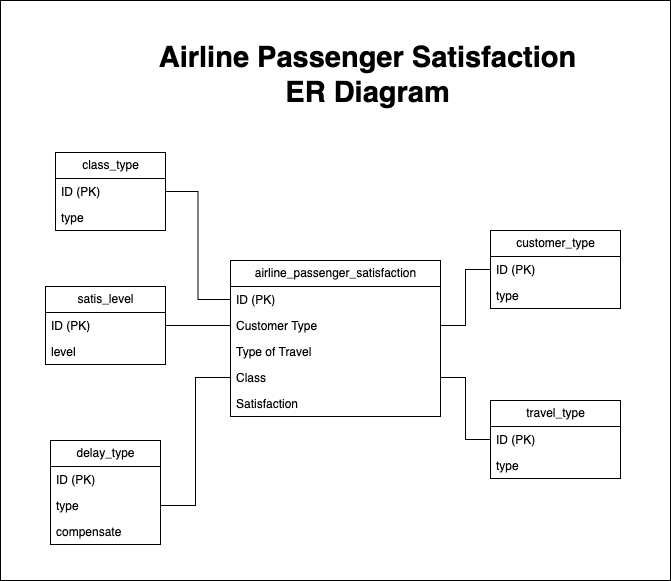
Above: img/data_extraction/ER_Diagram.png in montholch/final (draw.io), before the change. Source tidied: cells renumbered, new cells last; positions are measured from the earlier drawing's top-left corner, leaving out a move shared by most shapes. Source of this version:
```xml
<mxGraphModel>
  <root>
    <mxCell id="0" />
    <mxCell id="1" parent="0" />
    <mxCell id="2" style="rounded=0;whiteSpace=wrap;html=1;" parent="1" vertex="1">
      <mxGeometry width="670" height="580" as="geometry" />
    </mxCell>
    <mxCell id="3" value="airline_passenger_satisfaction" style="swimlane;fontStyle=0;horizontal=1;startSize=26;fillColor=none;html=1;" parent="1" vertex="1">
      <mxGeometry x="230" y="260" width="210" height="156" as="geometry" />
    </mxCell>
    <mxCell id="4" value="ID (PK)" style="text;strokeColor=none;fillColor=none;align=left;verticalAlign=top;spacingLeft=4;spacingRight=4;overflow=hidden;points=[[0,0.5],[1,0.5]];portConstraint=eastwest;whiteSpace=wrap;html=1;" parent="3" vertex="1">
      <mxGeometry y="26" width="210" height="26" as="geometry" />
    </mxCell>
    <mxCell id="5" value="Customer Type" style="text;strokeColor=none;fillColor=none;align=left;verticalAlign=top;spacingLeft=4;spacingRight=4;overflow=hidden;points=[[0,0.5],[1,0.5]];portConstraint=eastwest;whiteSpace=wrap;html=1;" parent="3" vertex="1">
      <mxGeometry y="52" width="210" height="26" as="geometry" />
    </mxCell>
    <mxCell id="6" value="Type of Travel" style="text;strokeColor=none;fillColor=none;align=left;verticalAlign=top;spacingLeft=4;spacingRight=4;overflow=hidden;whiteSpace=wrap;html=1;" parent="3" vertex="1">
      <mxGeometry y="78" width="210" height="26" as="geometry" />
    </mxCell>
    <mxCell id="7" value="Class" style="text;strokeColor=none;fillColor=none;align=left;verticalAlign=top;spacingLeft=4;spacingRight=4;overflow=hidden;points=[[0,0.5],[1,0.5]];portConstraint=eastwest;whiteSpace=wrap;html=1;" parent="3" vertex="1">
      <mxGeometry y="104" width="210" height="26" as="geometry" />
    </mxCell>
    <mxCell id="8" value="Satisfaction" style="text;strokeColor=none;fillColor=none;align=left;verticalAlign=top;spacingLeft=4;spacingRight=4;overflow=hidden;whiteSpace=wrap;html=1;" parent="3" vertex="1">
      <mxGeometry y="130" width="210" height="26" as="geometry" />
    </mxCell>
    <mxCell id="9" value="customer_type" style="swimlane;fontStyle=0;horizontal=1;startSize=26;fillColor=none;html=1;" parent="1" vertex="1">
      <mxGeometry x="490" y="230" width="130" height="78" as="geometry" />
    </mxCell>
    <mxCell id="10" value="ID (PK)" style="text;strokeColor=none;fillColor=none;align=left;verticalAlign=top;spacingLeft=4;spacingRight=4;overflow=hidden;points=[[0,0.5],[1,0.5]];portConstraint=eastwest;whiteSpace=wrap;html=1;" parent="9" vertex="1">
      <mxGeometry y="26" width="130" height="26" as="geometry" />
    </mxCell>
    <mxCell id="11" value="type" style="text;strokeColor=none;fillColor=none;align=left;verticalAlign=top;spacingLeft=4;spacingRight=4;overflow=hidden;whiteSpace=wrap;html=1;" parent="9" vertex="1">
      <mxGeometry y="52" width="130" height="26" as="geometry" />
    </mxCell>
    <mxCell id="12" value="travel_type" style="swimlane;fontStyle=0;horizontal=1;startSize=26;fillColor=none;html=1;" parent="1" vertex="1">
      <mxGeometry x="490" y="400" width="130" height="78" as="geometry" />
    </mxCell>
    <mxCell id="13" value="ID (PK)" style="text;strokeColor=none;fillColor=none;align=left;verticalAlign=top;spacingLeft=4;spacingRight=4;overflow=hidden;points=[[0,0.5],[1,0.5]];portConstraint=eastwest;whiteSpace=wrap;html=1;" parent="12" vertex="1">
      <mxGeometry y="26" width="130" height="26" as="geometry" />
    </mxCell>
    <mxCell id="14" value="type" style="text;strokeColor=none;fillColor=none;align=left;verticalAlign=top;spacingLeft=4;spacingRight=4;overflow=hidden;points=[[0,0.5],[1,0.5]];portConstraint=eastwest;whiteSpace=wrap;html=1;" parent="12" vertex="1">
      <mxGeometry y="52" width="130" height="26" as="geometry" />
    </mxCell>
    <mxCell id="15" value="class_type" style="swimlane;fontStyle=0;horizontal=1;startSize=26;fillColor=none;html=1;" parent="1" vertex="1">
      <mxGeometry x="55" y="152" width="110" height="78" as="geometry" />
    </mxCell>
    <mxCell id="16" value="ID (PK)" style="text;strokeColor=none;fillColor=none;align=left;verticalAlign=top;spacingLeft=4;spacingRight=4;overflow=hidden;points=[[0,0.5],[1,0.5]];portConstraint=eastwest;whiteSpace=wrap;html=1;" parent="15" vertex="1">
      <mxGeometry y="26" width="110" height="26" as="geometry" />
    </mxCell>
    <mxCell id="17" value="type" style="text;strokeColor=none;fillColor=none;align=left;verticalAlign=top;spacingLeft=4;spacingRight=4;overflow=hidden;whiteSpace=wrap;html=1;" parent="15" vertex="1">
      <mxGeometry y="52" width="110" height="26" as="geometry" />
    </mxCell>
    <mxCell id="18" value="satis_level" style="swimlane;fontStyle=0;horizontal=1;startSize=26;fillColor=none;html=1;" parent="1" vertex="1">
      <mxGeometry x="45" y="286" width="120" height="78" as="geometry" />
    </mxCell>
    <mxCell id="19" value="ID (PK)" style="text;strokeColor=none;fillColor=none;align=left;verticalAlign=top;spacingLeft=4;spacingRight=4;overflow=hidden;points=[[0,0.5],[1,0.5]];portConstraint=eastwest;whiteSpace=wrap;html=1;" parent="18" vertex="1">
      <mxGeometry y="26" width="120" height="26" as="geometry" />
    </mxCell>
    <mxCell id="20" value="level" style="text;strokeColor=none;fillColor=none;align=left;verticalAlign=top;spacingLeft=4;spacingRight=4;overflow=hidden;whiteSpace=wrap;html=1;" parent="18" vertex="1">
      <mxGeometry y="52" width="120" height="26" as="geometry" />
    </mxCell>
    <mxCell id="21" value="delay_type" style="swimlane;fontStyle=0;horizontal=1;startSize=26;fillColor=none;html=1;" parent="1" vertex="1">
      <mxGeometry x="50" y="440" width="110" height="104" as="geometry" />
    </mxCell>
    <mxCell id="22" value="ID (PK)" style="text;strokeColor=none;fillColor=none;align=left;verticalAlign=top;spacingLeft=4;spacingRight=4;overflow=hidden;points=[[0,0.5],[1,0.5]];portConstraint=eastwest;whiteSpace=wrap;html=1;" parent="21" vertex="1">
      <mxGeometry y="26" width="110" height="26" as="geometry" />
    </mxCell>
    <mxCell id="23" value="type" style="text;strokeColor=none;fillColor=none;align=left;verticalAlign=top;spacingLeft=4;spacingRight=4;overflow=hidden;points=[[0,0.5],[1,0.5]];portConstraint=eastwest;whiteSpace=wrap;html=1;" parent="21" vertex="1">
      <mxGeometry y="52" width="110" height="26" as="geometry" />
    </mxCell>
    <mxCell id="24" value="compensate" style="text;strokeColor=none;fillColor=none;align=left;verticalAlign=top;spacingLeft=4;spacingRight=4;overflow=hidden;whiteSpace=wrap;html=1;" parent="21" vertex="1">
      <mxGeometry y="78" width="110" height="26" as="geometry" />
    </mxCell>
    <mxCell id="25" style="edgeStyle=orthogonalEdgeStyle;rounded=0;jettySize=auto;html=1;exitX=1;exitY=0.5;exitDx=0;exitDy=0;entryX=0;entryY=0.5;entryDx=0;entryDy=0;endArrow=none;endFill=0;" parent="1" edge="1" source="5" target="10">
      <mxGeometry relative="1" as="geometry" />
    </mxCell>
    <mxCell id="26" style="edgeStyle=orthogonalEdgeStyle;rounded=0;jettySize=auto;html=1;exitX=1;exitY=0.5;exitDx=0;exitDy=0;entryX=0;entryY=0.5;entryDx=0;entryDy=0;endArrow=none;endFill=0;" parent="1" edge="1" source="7" target="13">
      <mxGeometry relative="1" as="geometry" />
    </mxCell>
    <mxCell id="27" style="edgeStyle=orthogonalEdgeStyle;rounded=0;jettySize=auto;html=1;exitX=1;exitY=0.5;exitDx=0;exitDy=0;entryX=0;entryY=0.5;entryDx=0;entryDy=0;endArrow=none;endFill=0;" parent="1" edge="1" source="23" target="7">
      <mxGeometry relative="1" as="geometry" />
    </mxCell>
    <mxCell id="28" style="edgeStyle=orthogonalEdgeStyle;rounded=0;jettySize=auto;html=1;exitX=1;exitY=0.5;exitDx=0;exitDy=0;entryX=0;entryY=0.5;entryDx=0;entryDy=0;endArrow=none;endFill=0;" parent="1" edge="1" source="19" target="5">
      <mxGeometry relative="1" as="geometry" />
    </mxCell>
    <mxCell id="29" style="edgeStyle=orthogonalEdgeStyle;rounded=0;jettySize=auto;html=1;exitX=1;exitY=0.5;exitDx=0;exitDy=0;entryX=0;entryY=0.5;entryDx=0;entryDy=0;endArrow=none;endFill=0;" parent="1" edge="1" source="16" target="4">
      <mxGeometry relative="1" as="geometry" />
    </mxCell>
    <mxCell id="30" value="&lt;b&gt;&lt;font style=&quot;font-size: 29px;&quot;&gt;Airline Passenger Satisfaction&lt;br&gt;ER Diagram&lt;br&gt;&lt;/font&gt;&lt;/b&gt;" style="text;html=1;strokeColor=none;fillColor=none;align=center;verticalAlign=middle;whiteSpace=wrap;rounded=0;" parent="1" vertex="1">
      <mxGeometry x="70" y="50" width="595" height="50" as="geometry" />
    </mxCell>
  </root>
</mxGraphModel>
```
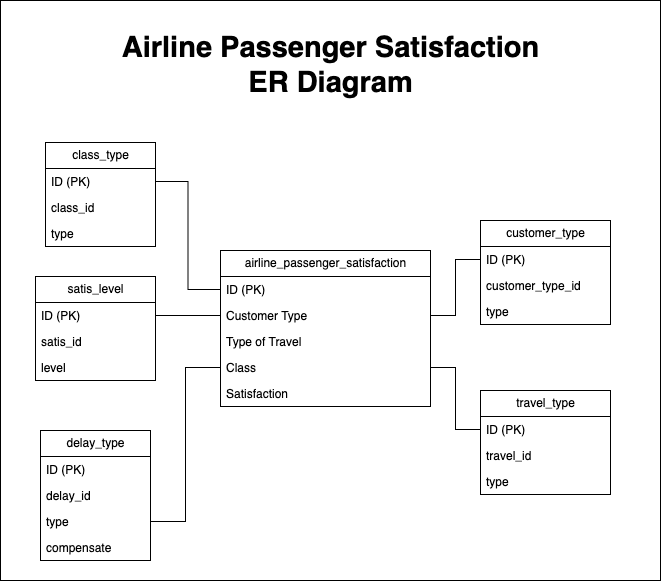
Above is the later version.

The edit, as a diff of the source:
```diff
@@ -3,7 +3,7 @@
     <mxCell id="0" />
     <mxCell id="1" parent="0" />
     <mxCell id="2" style="rounded=0;whiteSpace=wrap;html=1;" parent="1" vertex="1">
-      <mxGeometry width="670" height="580" as="geometry" />
+      <mxGeometry x="10" y="10" width="660" height="580" as="geometry" />
     </mxCell>
     <mxCell id="3" value="airline_passenger_satisfaction" style="swimlane;fontStyle=0;horizontal=1;startSize=26;fillColor=none;html=1;" parent="1" vertex="1">
       <mxGeometry x="230" y="260" width="210" height="156" as="geometry" />
@@ -24,70 +24,85 @@
       <mxGeometry y="130" width="210" height="26" as="geometry" />
     </mxCell>
     <mxCell id="9" value="customer_type" style="swimlane;fontStyle=0;horizontal=1;startSize=26;fillColor=none;html=1;" parent="1" vertex="1">
-      <mxGeometry x="490" y="230" width="130" height="78" as="geometry" />
+      <mxGeometry x="490" y="230" width="130" height="104" as="geometry" />
     </mxCell>
     <mxCell id="10" value="ID (PK)" style="text;strokeColor=none;fillColor=none;align=left;verticalAlign=top;spacingLeft=4;spacingRight=4;overflow=hidden;points=[[0,0.5],[1,0.5]];portConstraint=eastwest;whiteSpace=wrap;html=1;" parent="9" vertex="1">
       <mxGeometry y="26" width="130" height="26" as="geometry" />
     </mxCell>
-    <mxCell id="11" value="type" style="text;strokeColor=none;fillColor=none;align=left;verticalAlign=top;spacingLeft=4;spacingRight=4;overflow=hidden;whiteSpace=wrap;html=1;" parent="9" vertex="1">
+    <mxCell id="11" value="customer_type_id" style="text;strokeColor=none;fillColor=none;align=left;verticalAlign=top;spacingLeft=4;spacingRight=4;overflow=hidden;whiteSpace=wrap;html=1;" parent="9" vertex="1">
       <mxGeometry y="52" width="130" height="26" as="geometry" />
     </mxCell>
-    <mxCell id="12" value="travel_type" style="swimlane;fontStyle=0;horizontal=1;startSize=26;fillColor=none;html=1;" parent="1" vertex="1">
-      <mxGeometry x="490" y="400" width="130" height="78" as="geometry" />
+    <mxCell id="12" value="type" style="text;strokeColor=none;fillColor=none;align=left;verticalAlign=top;spacingLeft=4;spacingRight=4;overflow=hidden;whiteSpace=wrap;html=1;" parent="9" vertex="1">
+      <mxGeometry y="78" width="130" height="26" as="geometry" />
     </mxCell>
-    <mxCell id="13" value="ID (PK)" style="text;strokeColor=none;fillColor=none;align=left;verticalAlign=top;spacingLeft=4;spacingRight=4;overflow=hidden;points=[[0,0.5],[1,0.5]];portConstraint=eastwest;whiteSpace=wrap;html=1;" parent="12" vertex="1">
-      <mxGeometry y="26" width="130" height="26" as="geometry" />
+    <mxCell id="13" value="travel_type" style="swimlane;fontStyle=0;horizontal=1;startSize=26;fillColor=none;html=1;" parent="1" vertex="1">
+      <mxGeometry x="490" y="400" width="130" height="104" as="geometry" />
     </mxCell>
-    <mxCell id="14" value="type" style="text;strokeColor=none;fillColor=none;align=left;verticalAlign=top;spacingLeft=4;spacingRight=4;overflow=hidden;points=[[0,0.5],[1,0.5]];portConstraint=eastwest;whiteSpace=wrap;html=1;" parent="12" vertex="1">
-      <mxGeometry y="52" width="130" height="26" as="geometry" />
+    <mxCell id="14" value="ID (PK)" style="text;strokeColor=none;fillColor=none;align=left;verticalAlign=top;spacingLeft=4;spacingRight=4;overflow=hidden;points=[[0,0.5],[1,0.5]];portConstraint=eastwest;whiteSpace=wrap;html=1;" parent="13" vertex="1">
+      <mxGeometry y="26" width="130" height="26" as="geometry" />
     </mxCell>
-    <mxCell id="15" value="class_type" style="swimlane;fontStyle=0;horizontal=1;startSize=26;fillColor=none;html=1;" parent="1" vertex="1">
-      <mxGeometry x="55" y="152" width="110" height="78" as="geometry" />
+    <mxCell id="15" value="travel_id" style="text;strokeColor=none;fillColor=none;align=left;verticalAlign=top;spacingLeft=4;spacingRight=4;overflow=hidden;whiteSpace=wrap;html=1;" parent="13" vertex="1">
+      <mxGeometry y="52" width="130" height="26" as="geometry" />
     </mxCell>
-    <mxCell id="16" value="ID (PK)" style="text;strokeColor=none;fillColor=none;align=left;verticalAlign=top;spacingLeft=4;spacingRight=4;overflow=hidden;points=[[0,0.5],[1,0.5]];portConstraint=eastwest;whiteSpace=wrap;html=1;" parent="15" vertex="1">
-      <mxGeometry y="26" width="110" height="26" as="geometry" />
+    <mxCell id="16" value="type" style="text;strokeColor=none;fillColor=none;align=left;verticalAlign=top;spacingLeft=4;spacingRight=4;overflow=hidden;points=[[0,0.5],[1,0.5]];portConstraint=eastwest;whiteSpace=wrap;html=1;" parent="13" vertex="1">
+      <mxGeometry y="78" width="130" height="26" as="geometry" />
     </mxCell>
-    <mxCell id="17" value="type" style="text;strokeColor=none;fillColor=none;align=left;verticalAlign=top;spacingLeft=4;spacingRight=4;overflow=hidden;whiteSpace=wrap;html=1;" parent="15" vertex="1">
-      <mxGeometry y="52" width="110" height="26" as="geometry" />
+    <mxCell id="17" value="class_type" style="swimlane;fontStyle=0;horizontal=1;startSize=26;fillColor=none;html=1;" parent="1" vertex="1">
+      <mxGeometry x="55" y="152" width="110" height="104" as="geometry" />
     </mxCell>
-    <mxCell id="18" value="satis_level" style="swimlane;fontStyle=0;horizontal=1;startSize=26;fillColor=none;html=1;" parent="1" vertex="1">
-      <mxGeometry x="45" y="286" width="120" height="78" as="geometry" />
+    <mxCell id="18" value="ID (PK)" style="text;strokeColor=none;fillColor=none;align=left;verticalAlign=top;spacingLeft=4;spacingRight=4;overflow=hidden;points=[[0,0.5],[1,0.5]];portConstraint=eastwest;whiteSpace=wrap;html=1;" parent="17" vertex="1">
+      <mxGeometry y="26" width="110" height="26" as="geometry" />
     </mxCell>
-    <mxCell id="19" value="ID (PK)" style="text;strokeColor=none;fillColor=none;align=left;verticalAlign=top;spacingLeft=4;spacingRight=4;overflow=hidden;points=[[0,0.5],[1,0.5]];portConstraint=eastwest;whiteSpace=wrap;html=1;" parent="18" vertex="1">
-      <mxGeometry y="26" width="120" height="26" as="geometry" />
+    <mxCell id="19" value="class_id" style="text;strokeColor=none;fillColor=none;align=left;verticalAlign=top;spacingLeft=4;spacingRight=4;overflow=hidden;points=[[0,0.5],[1,0.5]];portConstraint=eastwest;whiteSpace=wrap;html=1;" parent="17" vertex="1">
+      <mxGeometry y="52" width="110" height="26" as="geometry" />
     </mxCell>
-    <mxCell id="20" value="level" style="text;strokeColor=none;fillColor=none;align=left;verticalAlign=top;spacingLeft=4;spacingRight=4;overflow=hidden;whiteSpace=wrap;html=1;" parent="18" vertex="1">
-      <mxGeometry y="52" width="120" height="26" as="geometry" />
+    <mxCell id="20" value="type" style="text;strokeColor=none;fillColor=none;align=left;verticalAlign=top;spacingLeft=4;spacingRight=4;overflow=hidden;whiteSpace=wrap;html=1;" parent="17" vertex="1">
+      <mxGeometry y="78" width="110" height="26" as="geometry" />
     </mxCell>
-    <mxCell id="21" value="delay_type" style="swimlane;fontStyle=0;horizontal=1;startSize=26;fillColor=none;html=1;" parent="1" vertex="1">
-      <mxGeometry x="50" y="440" width="110" height="104" as="geometry" />
+    <mxCell id="21" value="satis_level" style="swimlane;fontStyle=0;horizontal=1;startSize=26;fillColor=none;html=1;" parent="1" vertex="1">
+      <mxGeometry x="45" y="286" width="120" height="104" as="geometry" />
     </mxCell>
     <mxCell id="22" value="ID (PK)" style="text;strokeColor=none;fillColor=none;align=left;verticalAlign=top;spacingLeft=4;spacingRight=4;overflow=hidden;points=[[0,0.5],[1,0.5]];portConstraint=eastwest;whiteSpace=wrap;html=1;" parent="21" vertex="1">
-      <mxGeometry y="26" width="110" height="26" as="geometry" />
+      <mxGeometry y="26" width="120" height="26" as="geometry" />
     </mxCell>
-    <mxCell id="23" value="type" style="text;strokeColor=none;fillColor=none;align=left;verticalAlign=top;spacingLeft=4;spacingRight=4;overflow=hidden;points=[[0,0.5],[1,0.5]];portConstraint=eastwest;whiteSpace=wrap;html=1;" parent="21" vertex="1">
-      <mxGeometry y="52" width="110" height="26" as="geometry" />
+    <mxCell id="23" value="satis_id" style="text;strokeColor=none;fillColor=none;align=left;verticalAlign=top;spacingLeft=4;spacingRight=4;overflow=hidden;points=[[0,0.5],[1,0.5]];portConstraint=eastwest;whiteSpace=wrap;html=1;" parent="21" vertex="1">
+      <mxGeometry y="52" width="120" height="26" as="geometry" />
     </mxCell>
-    <mxCell id="24" value="compensate" style="text;strokeColor=none;fillColor=none;align=left;verticalAlign=top;spacingLeft=4;spacingRight=4;overflow=hidden;whiteSpace=wrap;html=1;" parent="21" vertex="1">
-      <mxGeometry y="78" width="110" height="26" as="geometry" />
+    <mxCell id="24" value="level" style="text;strokeColor=none;fillColor=none;align=left;verticalAlign=top;spacingLeft=4;spacingRight=4;overflow=hidden;whiteSpace=wrap;html=1;" parent="21" vertex="1">
+      <mxGeometry y="78" width="120" height="26" as="geometry" />
     </mxCell>
-    <mxCell id="25" style="edgeStyle=orthogonalEdgeStyle;rounded=0;jettySize=auto;html=1;exitX=1;exitY=0.5;exitDx=0;exitDy=0;entryX=0;entryY=0.5;entryDx=0;entryDy=0;endArrow=none;endFill=0;" parent="1" edge="1" source="5" target="10">
-      <mxGeometry relative="1" as="geometry" />
+    <mxCell id="25" value="delay_type" style="swimlane;fontStyle=0;horizontal=1;startSize=26;fillColor=none;html=1;" parent="1" vertex="1">
+      <mxGeometry x="50" y="440" width="110" height="130" as="geometry" />
     </mxCell>
-    <mxCell id="26" style="edgeStyle=orthogonalEdgeStyle;rounded=0;jettySize=auto;html=1;exitX=1;exitY=0.5;exitDx=0;exitDy=0;entryX=0;entryY=0.5;entryDx=0;entryDy=0;endArrow=none;endFill=0;" parent="1" edge="1" source="7" target="13">
-      <mxGeometry relative="1" as="geometry" />
+    <mxCell id="26" value="ID (PK)" style="text;strokeColor=none;fillColor=none;align=left;verticalAlign=top;spacingLeft=4;spacingRight=4;overflow=hidden;whiteSpace=wrap;html=1;" parent="25" vertex="1">
+      <mxGeometry y="26" width="110" height="26" as="geometry" />
     </mxCell>
-    <mxCell id="27" style="edgeStyle=orthogonalEdgeStyle;rounded=0;jettySize=auto;html=1;exitX=1;exitY=0.5;exitDx=0;exitDy=0;entryX=0;entryY=0.5;entryDx=0;entryDy=0;endArrow=none;endFill=0;" parent="1" edge="1" source="23" target="7">
-      <mxGeometry relative="1" as="geometry" />
+    <mxCell id="27" value="delay_id" style="text;strokeColor=none;fillColor=none;align=left;verticalAlign=top;spacingLeft=4;spacingRight=4;overflow=hidden;whiteSpace=wrap;html=1;" parent="25" vertex="1">
+      <mxGeometry y="52" width="110" height="26" as="geometry" />
     </mxCell>
-    <mxCell id="28" style="edgeStyle=orthogonalEdgeStyle;rounded=0;jettySize=auto;html=1;exitX=1;exitY=0.5;exitDx=0;exitDy=0;entryX=0;entryY=0.5;entryDx=0;entryDy=0;endArrow=none;endFill=0;" parent="1" edge="1" source="19" target="5">
-      <mxGeometry relative="1" as="geometry" />
+    <mxCell id="28" value="type" style="text;strokeColor=none;fillColor=none;align=left;verticalAlign=top;spacingLeft=4;spacingRight=4;overflow=hidden;points=[[0,0.5],[1,0.5]];portConstraint=eastwest;whiteSpace=wrap;html=1;" parent="25" vertex="1">
+      <mxGeometry y="78" width="110" height="26" as="geometry" />
     </mxCell>
-    <mxCell id="29" style="edgeStyle=orthogonalEdgeStyle;rounded=0;jettySize=auto;html=1;exitX=1;exitY=0.5;exitDx=0;exitDy=0;entryX=0;entryY=0.5;entryDx=0;entryDy=0;endArrow=none;endFill=0;" parent="1" edge="1" source="16" target="4">
-      <mxGeometry relative="1" as="geometry" />
+    <mxCell id="29" value="compensate" style="text;strokeColor=none;fillColor=none;align=left;verticalAlign=top;spacingLeft=4;spacingRight=4;overflow=hidden;whiteSpace=wrap;html=1;" parent="25" vertex="1">
+      <mxGeometry y="104" width="110" height="26" as="geometry" />
     </mxCell>
-    <mxCell id="30" value="&lt;b&gt;&lt;font style=&quot;font-size: 29px;&quot;&gt;Airline Passenger Satisfaction&lt;br&gt;ER Diagram&lt;br&gt;&lt;/font&gt;&lt;/b&gt;" style="text;html=1;strokeColor=none;fillColor=none;align=center;verticalAlign=middle;whiteSpace=wrap;rounded=0;" parent="1" vertex="1">
-      <mxGeometry x="70" y="50" width="595" height="50" as="geometry" />
+    <mxCell id="30" style="edgeStyle=orthogonalEdgeStyle;rounded=0;jettySize=auto;html=1;exitX=1;exitY=0.5;exitDx=0;exitDy=0;entryX=0;entryY=0.5;entryDx=0;entryDy=0;endArrow=none;endFill=0;" parent="1" edge="1" source="5" target="10">
+      <mxGeometry relative="1" as="geometry" />
     </mxCell>
+    <mxCell id="31" style="edgeStyle=orthogonalEdgeStyle;rounded=0;jettySize=auto;html=1;exitX=1;exitY=0.5;exitDx=0;exitDy=0;entryX=0;entryY=0.5;entryDx=0;entryDy=0;endArrow=none;endFill=0;" parent="1" edge="1" source="7" target="14">
+      <mxGeometry relative="1" as="geometry" />
+    </mxCell>
+    <mxCell id="32" style="edgeStyle=orthogonalEdgeStyle;rounded=0;jettySize=auto;html=1;exitX=1;exitY=0.5;exitDx=0;exitDy=0;entryX=0;entryY=0.5;entryDx=0;entryDy=0;endArrow=none;endFill=0;" parent="1" edge="1" source="28" target="7">
+      <mxGeometry relative="1" as="geometry" />
+    </mxCell>
+    <mxCell id="33" style="edgeStyle=orthogonalEdgeStyle;rounded=0;jettySize=auto;html=1;exitX=1;exitY=0.5;exitDx=0;exitDy=0;entryX=0;entryY=0.5;entryDx=0;entryDy=0;endArrow=none;endFill=0;" parent="1" edge="1" source="22" target="5">
+      <mxGeometry relative="1" as="geometry" />
+    </mxCell>
+    <mxCell id="34" style="edgeStyle=orthogonalEdgeStyle;rounded=0;jettySize=auto;html=1;exitX=1;exitY=0.5;exitDx=0;exitDy=0;entryX=0;entryY=0.5;entryDx=0;entryDy=0;endArrow=none;endFill=0;" parent="1" edge="1" source="18" target="4">
+      <mxGeometry relative="1" as="geometry" />
+    </mxCell>
+    <mxCell id="35" value="&lt;b&gt;&lt;font style=&quot;font-size: 29px;&quot;&gt;Airline Passenger Satisfaction&lt;br&gt;ER Diagram&lt;br&gt;&lt;/font&gt;&lt;/b&gt;" style="text;html=1;strokeColor=none;fillColor=none;align=center;verticalAlign=middle;whiteSpace=wrap;rounded=0;" parent="1" vertex="1">
+      <mxGeometry x="42.5" y="50" width="595" height="50" as="geometry" />
+    </mxCell>
   </root>
 </mxGraphModel>
```
